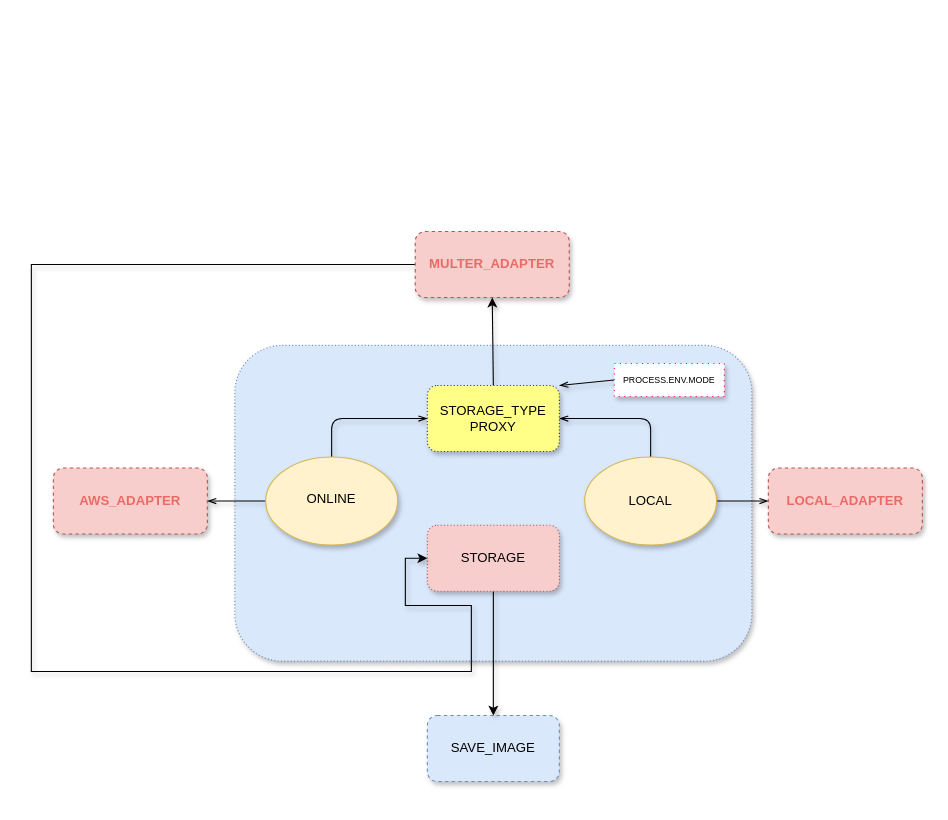
eric218110/drawio keeps this draw.io diagram as test.drawio. Above is the earlier version. Source tidied: cells renumbered, new cells numbered last; positions are measured from the earlier drawing's top-left corner, leaving out a move shared by most shapes. Both pictures are drawn from the tidied source at 110%, with x=0, y=0 at pixel (31, 231).
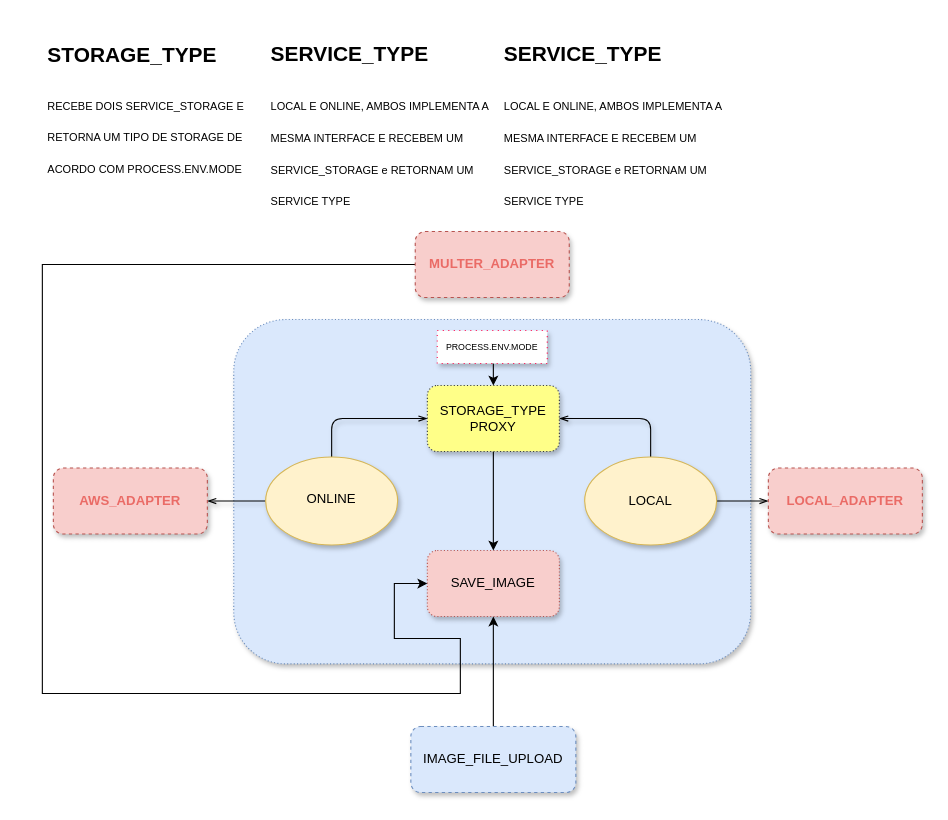
The same diagram, later.

The change refers to these unchanged cells:
```xml
<mxCell id="17" value="MULTER_ADAPTER" style="rounded=1;whiteSpace=wrap;html=1;shadow=1;dashed=1;fillColor=#f8cecc;strokeColor=#b85450;fontColor=#EA6B66;fontStyle=1;" parent="1" vertex="1">
  <mxGeometry x="349" width="140" height="60" as="geometry" />
</mxCell>
<mxCell id="19" value="STORAGE_TYPE&lt;br&gt;PROXY" style="rounded=1;whiteSpace=wrap;html=1;shadow=1;dashed=1;dashPattern=1 2;fillColor=#ffff88;strokeColor=#36393d;" parent="1" vertex="1">
  <mxGeometry x="360" y="140" width="120" height="60" as="geometry" />
</mxCell>
```

Diff of the diagram source:
```diff
@@
     <mxCell id="2" style="rounded=1;whiteSpace=wrap;html=1;shadow=1;dashed=1;dashPattern=1 2;fillColor=#dae8fc;strokeColor=#6c8ebf;" parent="1" vertex="1">
-      <mxGeometry x="185" y="103.5" width="470" height="287" as="geometry" />
+      <mxGeometry x="184" y="80" width="470" height="313" as="geometry" />
     </mxCell>
@@
+    <mxCell id="24" style="edgeStyle=orthogonalEdgeStyle;rounded=0;jettySize=auto;html=1;exitX=0.5;exitY=0;exitDx=0;exitDy=0;entryX=0.5;entryY=1;entryDx=0;entryDy=0;" parent="1" edge="1" source="13" target="15">
+      <mxGeometry relative="1" as="geometry" />
+    </mxCell>
-    <mxCell id="13" value="SAVE_IMAGE" style="rounded=1;whiteSpace=wrap;html=1;dashed=1;fillColor=#dae8fc;strokeColor=#6c8ebf;shadow=1;" parent="1" vertex="1">
-      <mxGeometry x="360" y="440" width="120" height="60" as="geometry" />
+    <mxCell id="13" value="IMAGE_FILE_UPLOAD" style="rounded=1;whiteSpace=wrap;html=1;dashed=1;fillColor=#dae8fc;strokeColor=#6c8ebf;shadow=1;" parent="1" vertex="1">
+      <mxGeometry x="345" y="450" width="150" height="60" as="geometry" />
     </mxCell>
-    <mxCell id="14" style="edgeStyle=orthogonalEdgeStyle;rounded=0;jettySize=auto;html=1;exitX=0.5;exitY=1;exitDx=0;exitDy=0;entryX=0.5;entryY=0;entryDx=0;entryDy=0;shadow=1;endArrow=classic;endFill=1;" parent="1" edge="1" source="15" target="13">
-      <mxGeometry relative="1" as="geometry" />
-    </mxCell>
-    <mxCell id="15" value="STORAGE" style="rounded=1;whiteSpace=wrap;html=1;shadow=1;dashed=1;dashPattern=1 2;fillColor=#f8cecc;strokeColor=#b85450;" parent="1" vertex="1">
-      <mxGeometry x="360" y="267" width="120" height="60" as="geometry" />
+    <mxCell id="15" value="SAVE_IMAGE" style="rounded=1;whiteSpace=wrap;html=1;shadow=1;dashed=1;dashPattern=1 2;fillColor=#f8cecc;strokeColor=#b85450;" parent="1" vertex="1">
+      <mxGeometry x="360" y="290" width="120" height="60" as="geometry" />
     </mxCell>
-    <mxCell id="16" style="edgeStyle=orthogonalEdgeStyle;rounded=0;jettySize=auto;html=1;exitX=0;exitY=0.5;exitDx=0;exitDy=0;entryX=0;entryY=0.5;entryDx=0;entryDy=0;shadow=1;endArrow=classic;endFill=1;" parent="1" edge="1" source="17" target="15">
+    <mxCell id="16" style="edgeStyle=orthogonalEdgeStyle;rounded=0;jettySize=auto;html=1;exitX=0;exitY=0.5;exitDx=0;exitDy=0;entryX=0;entryY=0.5;entryDx=0;entryDy=0;" parent="1" edge="1" source="17" target="15">
       <mxGeometry relative="1" as="geometry">
         <Array as="points">
-          <mxPoint y="30" />
-          <mxPoint y="400" />
-          <mxPoint x="400" y="400" />
-          <mxPoint x="400" y="340" />
-          <mxPoint x="340" y="340" />
-          <mxPoint x="340" y="297" />
+          <mxPoint x="10" y="30" />
+          <mxPoint x="10" y="420" />
+          <mxPoint x="390" y="420" />
+          <mxPoint x="390" y="370" />
+          <mxPoint x="330" y="370" />
+          <mxPoint x="330" y="320" />
         </Array>
       </mxGeometry>
     </mxCell>
@@
-    <mxCell id="18" style="edgeStyle=none;rounded=1;jettySize=auto;html=1;exitX=0.5;exitY=0;exitDx=0;exitDy=0;entryX=0.5;entryY=1;entryDx=0;entryDy=0;shadow=1;endArrow=classic;endFill=1;" parent="1" edge="1" source="19" target="17">
-      <mxGeometry relative="1" as="geometry" />
-    </mxCell>
+    <mxCell id="25" style="edgeStyle=orthogonalEdgeStyle;rounded=0;jettySize=auto;html=1;exitX=0.5;exitY=1;exitDx=0;exitDy=0;" parent="1" edge="1" source="19" target="15">
+      <mxGeometry relative="1" as="geometry" />
+    </mxCell>
@@
-    <mxCell id="20" style="edgeStyle=none;rounded=1;jettySize=auto;html=1;exitX=0;exitY=0.5;exitDx=0;exitDy=0;entryX=1;entryY=0;entryDx=0;entryDy=0;shadow=1;endArrow=openThin;endFill=0;" parent="1" edge="1" source="21" target="19">
+    <mxCell id="20" style="edgeStyle=orthogonalEdgeStyle;rounded=0;jettySize=auto;html=1;exitX=0.5;exitY=1;exitDx=0;exitDy=0;entryX=0.5;entryY=0;entryDx=0;entryDy=0;" parent="1" edge="1" source="21" target="19">
       <mxGeometry relative="1" as="geometry" />
     </mxCell>
     <mxCell id="21" value="&lt;p style=&quot;line-height: 70%&quot;&gt;&lt;font style=&quot;font-size: 8px&quot;&gt;PROCESS.ENV.MODE&lt;/font&gt;&lt;/p&gt;" style="rounded=0;whiteSpace=wrap;html=1;shadow=1;dashed=1;dashPattern=1 4;strokeColor=#FF0F4F;" parent="1" vertex="1">
-      <mxGeometry x="530" y="120" width="100" height="30" as="geometry" />
+      <mxGeometry x="369" y="90" width="100" height="30" as="geometry" />
     </mxCell>
@@
+    <mxCell id="26" value="&lt;h1 style=&quot;font-size: 19px&quot;&gt;&lt;font style=&quot;font-size: 19px&quot;&gt;STORAGE_TYPE&lt;/font&gt;&lt;/h1&gt;&lt;h1&gt;&lt;span style=&quot;font-weight: 400&quot;&gt;&lt;font style=&quot;font-size: 10px ; line-height: 40%&quot;&gt;RECEBE DOIS SERVICE_STORAGE E RETORNA UM TIPO DE STORAGE DE ACORDO COM PROCESS.ENV.MODE&lt;/font&gt;&lt;/span&gt;&lt;/h1&gt;" style="text;html=1;strokeColor=none;fillColor=none;spacing=5;spacingTop=-20;whiteSpace=wrap;overflow=hidden;rounded=0;" parent="1" vertex="1">
+      <mxGeometry x="10" y="-173.8" width="220" height="153.5" as="geometry" />
+    </mxCell>
+    <mxCell id="27" value="&lt;h1&gt;&lt;span style=&quot;font-size: 19px&quot;&gt;SERVICE_TYPE&lt;/span&gt;&lt;/h1&gt;&lt;h1&gt;&lt;span style=&quot;font-size: 10px ; font-weight: 400&quot;&gt;LOCAL E ONLINE, AMBOS IMPLEMENTA A MESMA INTERFACE E RECEBEM UM SERVICE_STORAGE e RETORNAM UM SERVICE TYPE&lt;/span&gt;&lt;/h1&gt;" style="text;html=1;strokeColor=none;fillColor=none;spacing=5;spacingTop=-20;whiteSpace=wrap;overflow=hidden;rounded=0;" parent="1" vertex="1">
+      <mxGeometry x="213" y="-183.2" width="220" height="160" as="geometry" />
+    </mxCell>
+    <mxCell id="28" value="&lt;h1&gt;&lt;span style=&quot;font-size: 19px&quot;&gt;SERVICE_TYPE&lt;/span&gt;&lt;/h1&gt;&lt;h1&gt;&lt;span style=&quot;font-size: 10px ; font-weight: 400&quot;&gt;LOCAL E ONLINE, AMBOS IMPLEMENTA A MESMA INTERFACE E RECEBEM UM SERVICE_STORAGE e RETORNAM UM SERVICE TYPE&lt;/span&gt;&lt;/h1&gt;" style="text;html=1;strokeColor=none;fillColor=none;spacing=5;spacingTop=-20;whiteSpace=wrap;overflow=hidden;rounded=0;" parent="1" vertex="1">
+      <mxGeometry x="425" y="-183.2" width="220" height="160" as="geometry" />
+    </mxCell>
```
